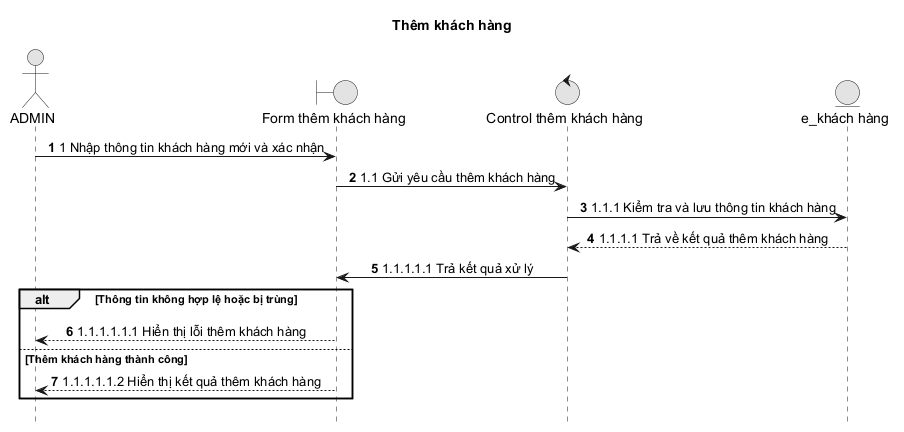
Earlier version of the PlantUML export docs/diagrams/sequence-new/admin/10-add-customer.png (duygri/do-an-htttdn-crm).
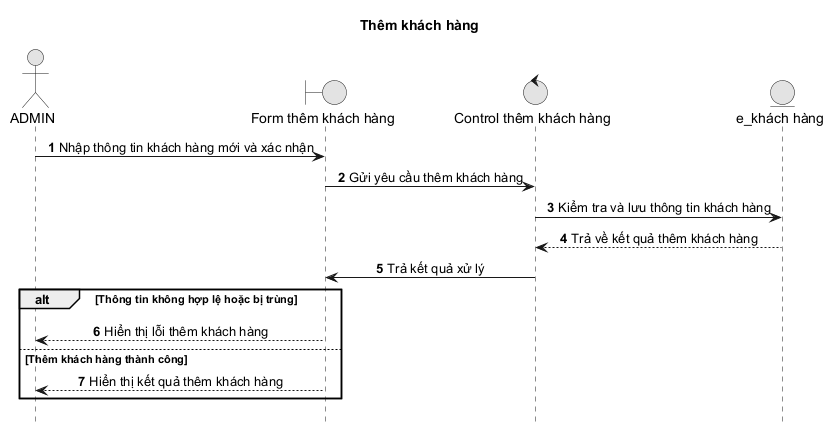
After the commit.

What changed in the source:
```diff
@@ -11,15 +11,15 @@
 control "Control thêm khách hàng" as Control
 entity "e_khách hàng" as Entity
 
-Admin -> Boundary: 1 Nhập thông tin khách hàng mới và xác nhận
-Boundary -> Control: 1.1 Gửi yêu cầu thêm khách hàng
-Control -> Entity: 1.1.1 Kiểm tra và lưu thông tin khách hàng
-Entity --> Control: 1.1.1.1 Trả về kết quả thêm khách hàng
-Control -> Boundary: 1.1.1.1.1 Trả kết quả xử lý
+Admin -> Boundary: Nhập thông tin khách hàng mới và xác nhận
+Boundary -> Control: Gửi yêu cầu thêm khách hàng
+Control -> Entity: Kiểm tra và lưu thông tin khách hàng
+Entity --> Control: Trả về kết quả thêm khách hàng
+Control -> Boundary: Trả kết quả xử lý
 
 alt Thông tin không hợp lệ hoặc bị trùng
-  Boundary --> Admin: 1.1.1.1.1.1 Hiển thị lỗi thêm khách hàng
+  Boundary --> Admin: Hiển thị lỗi thêm khách hàng
 else Thêm khách hàng thành công
-  Boundary --> Admin: 1.1.1.1.1.2 Hiển thị kết quả thêm khách hàng
+  Boundary --> Admin: Hiển thị kết quả thêm khách hàng
 end
 @enduml
```
